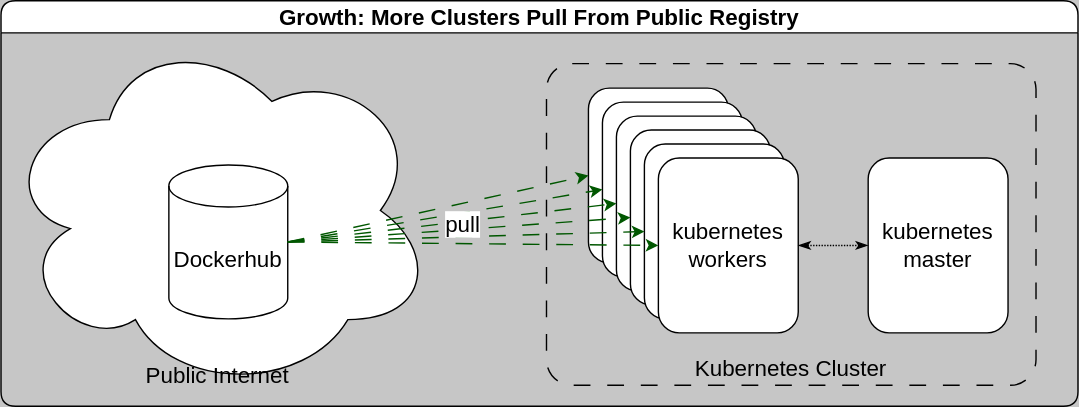
Earlier version of the draw.io export content/explainer/container-oci-registry/pull-a-public-container-image/2-more-clusters-pull-from-public.drawio.svg (doughgle/doughgle.github.io). Source tidied: cells renumbered, new cells last; positions are measured from the earlier drawing's top-left corner, leaving out a move shared by most shapes.
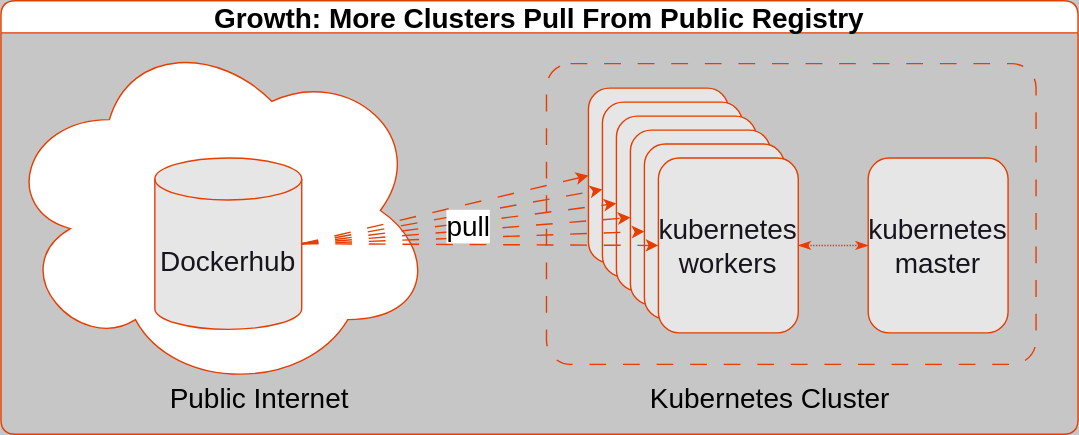
Above is the later version.

The edit, as a diff of the source:
```diff
@@ -2,62 +2,68 @@
   <root>
     <mxCell id="0" />
     <mxCell id="1" parent="0" />
-    <mxCell id="2" value="Growth: More Clusters Pull From Public Registry" style="swimlane;whiteSpace=wrap;html=1;hachureGap=4;fontFamily=Helvetica;fontSize=16;rounded=1;" parent="1" vertex="1">
-      <mxGeometry width="770" height="290" as="geometry" />
+    <mxCell id="2" value="Growth: More Clusters Pull From Public Registry" style="swimlane;whiteSpace=wrap;html=1;hachureGap=4;fontFamily=Helvetica;fontSize=20;rounded=1;strokeColor=#E83D00;" parent="1" vertex="1">
+      <mxGeometry width="770" height="310" as="geometry" />
     </mxCell>
-    <mxCell id="3" value="Kubernetes Cluster" style="rounded=1;whiteSpace=wrap;html=1;fontSize=16;dashed=1;dashPattern=12 12;fillColor=none;arcSize=8;verticalAlign=bottom;" parent="2" vertex="1">
-      <mxGeometry x="390" y="45" width="350" height="230" as="geometry" />
+    <mxCell id="3" style="rounded=1;whiteSpace=wrap;html=1;fontSize=20;dashed=1;dashPattern=12 12;fillColor=none;arcSize=8;verticalAlign=bottom;strokeColor=#E83D00;" parent="2" vertex="1">
+      <mxGeometry x="390" y="45" width="350" height="215" as="geometry" />
     </mxCell>
-    <mxCell id="4" value="Public Internet" style="ellipse;shape=cloud;whiteSpace=wrap;html=1;fontSize=16;verticalAlign=bottom;" parent="2" vertex="1">
+    <mxCell id="4" style="ellipse;shape=cloud;whiteSpace=wrap;html=1;fontSize=20;verticalAlign=bottom;strokeColor=#E83D00;" parent="2" vertex="1">
       <mxGeometry y="20" width="310" height="260" as="geometry" />
     </mxCell>
-    <mxCell id="5" value="Dockerhub" style="shape=cylinder3;whiteSpace=wrap;html=1;boundedLbl=1;backgroundOutline=1;size=15;fontSize=16;" parent="2" vertex="1">
-      <mxGeometry x="120" y="117.5" width="85" height="110" as="geometry" />
+    <mxCell id="5" value="Dockerhub" style="shape=cylinder3;whiteSpace=wrap;html=1;boundedLbl=1;backgroundOutline=1;size=15;fontSize=20;fillColor=#E6E6E6;fontColor=#18141D;strokeColor=#E83D00;" parent="2" vertex="1">
+      <mxGeometry x="110" y="112.5" width="105" height="122.5" as="geometry" />
     </mxCell>
-    <mxCell id="6" style="group;" parent="2" vertex="1">
+    <mxCell id="6" style="group;fontSize=20;fillColor=none;fontColor=#18141D;strokeColor=none;" parent="2" vertex="1">
       <mxGeometry x="420" y="62.5" width="150" height="175" as="geometry" />
     </mxCell>
-    <mxCell id="7" value="kubernetes&lt;br style=&quot;font-size: 16px;&quot;&gt;worker&lt;br style=&quot;font-size: 16px;&quot;&gt;" style="rounded=1;whiteSpace=wrap;html=1;fontSize=16;" parent="6" vertex="1">
+    <mxCell id="7" style="rounded=1;whiteSpace=wrap;html=1;fontSize=20;fillColor=#E6E6E6;strokeColor=#E83D00;" parent="6" vertex="1">
       <mxGeometry width="100" height="125" as="geometry" />
     </mxCell>
-    <mxCell id="8" value="kubernetes&lt;br style=&quot;font-size: 16px;&quot;&gt;worker&lt;br style=&quot;font-size: 16px;&quot;&gt;" style="rounded=1;whiteSpace=wrap;html=1;fontSize=16;" parent="6" vertex="1">
+    <mxCell id="8" style="rounded=1;whiteSpace=wrap;html=1;fontSize=20;fillColor=#E6E6E6;strokeColor=#E83D00;" parent="6" vertex="1">
       <mxGeometry x="10" y="10" width="100" height="125" as="geometry" />
     </mxCell>
-    <mxCell id="9" value="kubernetes&lt;br style=&quot;font-size: 16px;&quot;&gt;workers" style="rounded=1;whiteSpace=wrap;html=1;fontSize=16;" parent="6" vertex="1">
+    <mxCell id="9" style="rounded=1;whiteSpace=wrap;html=1;fontSize=20;fillColor=#E6E6E6;strokeColor=#E83D00;" parent="6" vertex="1">
       <mxGeometry x="20" y="20" width="100" height="125" as="geometry" />
     </mxCell>
-    <mxCell id="10" value="kubernetes&lt;br style=&quot;font-size: 16px;&quot;&gt;workers" style="rounded=1;whiteSpace=wrap;html=1;fontSize=16;" parent="6" vertex="1">
+    <mxCell id="10" style="rounded=1;whiteSpace=wrap;html=1;fontSize=20;fillColor=#E6E6E6;strokeColor=#E83D00;" parent="6" vertex="1">
       <mxGeometry x="30" y="30" width="100" height="125" as="geometry" />
     </mxCell>
-    <mxCell id="11" value="kubernetes&lt;br style=&quot;font-size: 16px;&quot;&gt;workers" style="rounded=1;whiteSpace=wrap;html=1;fontSize=16;" parent="6" vertex="1">
+    <mxCell id="11" style="rounded=1;whiteSpace=wrap;html=1;fontSize=20;fillColor=#E6E6E6;strokeColor=#E83D00;" parent="6" vertex="1">
       <mxGeometry x="40" y="40" width="100" height="125" as="geometry" />
     </mxCell>
-    <mxCell id="12" value="kubernetes&lt;br style=&quot;font-size: 16px;&quot;&gt;workers" style="rounded=1;whiteSpace=wrap;html=1;fontSize=16;" parent="6" vertex="1">
+    <mxCell id="12" value="kubernetes&lt;br style=&quot;font-size: 20px;&quot;&gt;workers" style="rounded=1;whiteSpace=wrap;html=1;fontSize=20;fillColor=#E6E6E6;fontColor=#18141D;strokeColor=#E83D00;" parent="6" vertex="1">
       <mxGeometry x="50" y="50" width="100" height="125" as="geometry" />
     </mxCell>
-    <mxCell id="13" value="kubernetes&lt;br style=&quot;font-size: 16px;&quot;&gt;master" style="rounded=1;whiteSpace=wrap;html=1;fontSize=16;" parent="2" vertex="1">
+    <mxCell id="13" value="kubernetes&lt;br style=&quot;font-size: 20px;&quot;&gt;master" style="rounded=1;whiteSpace=wrap;html=1;fontSize=20;fillColor=#E6E6E6;fontColor=#18141D;strokeColor=#E83D00;" parent="2" vertex="1">
       <mxGeometry x="620" y="112.5" width="100" height="125" as="geometry" />
     </mxCell>
-    <mxCell id="14" style="edgeStyle=none;html=1;startArrow=classicThin;startFill=1;endArrow=classicThin;endFill=1;dashed=1;dashPattern=1 1;entryX=1;entryY=0.5;entryDx=0;entryDy=0;" parent="2" edge="1" source="13" target="12">
+    <mxCell id="14" style="edgeStyle=none;html=1;startArrow=classicThin;startFill=1;endArrow=classicThin;endFill=1;dashed=1;dashPattern=1 1;entryX=1;entryY=0.5;entryDx=0;entryDy=0;fontSize=20;strokeColor=#E83D00;" parent="2" edge="1" source="13" target="12">
       <mxGeometry relative="1" as="geometry" />
     </mxCell>
-    <mxCell id="15" style="edgeStyle=none;html=1;entryX=0;entryY=0.5;entryDx=0;entryDy=0;exitX=1;exitY=0.5;exitDx=0;exitDy=0;exitPerimeter=0;fontSize=16;dashed=1;dashPattern=12 12;fillColor=#008a00;strokeColor=#005700;" parent="2" edge="1" source="5" target="12">
+    <mxCell id="15" style="edgeStyle=none;html=1;entryX=0;entryY=0.5;entryDx=0;entryDy=0;exitX=1;exitY=0.5;exitDx=0;exitDy=0;exitPerimeter=0;fontSize=20;dashed=1;dashPattern=12 12;fillColor=#008a00;strokeColor=#E83D00;" parent="2" edge="1" source="5" target="12">
       <mxGeometry relative="1" as="geometry" />
     </mxCell>
-    <mxCell id="16" style="edgeStyle=none;html=1;entryX=0;entryY=0.5;entryDx=0;entryDy=0;exitX=1;exitY=0.5;exitDx=0;exitDy=0;exitPerimeter=0;fontSize=16;dashed=1;dashPattern=12 12;fillColor=#008a00;strokeColor=#005700;" parent="2" edge="1" source="5" target="11">
+    <mxCell id="16" style="edgeStyle=none;html=1;entryX=0;entryY=0.5;entryDx=0;entryDy=0;exitX=1;exitY=0.5;exitDx=0;exitDy=0;exitPerimeter=0;fontSize=20;dashed=1;dashPattern=12 12;fillColor=#008a00;strokeColor=#E83D00;" parent="2" edge="1" source="5" target="11">
       <mxGeometry relative="1" as="geometry" />
     </mxCell>
-    <mxCell id="17" style="edgeStyle=none;html=1;entryX=0;entryY=0.5;entryDx=0;entryDy=0;fontSize=16;dashed=1;dashPattern=12 12;exitX=1;exitY=0.5;exitDx=0;exitDy=0;exitPerimeter=0;fillColor=#008a00;strokeColor=#005700;" parent="2" edge="1" source="5" target="10">
+    <mxCell id="17" style="edgeStyle=none;html=1;entryX=0;entryY=0.5;entryDx=0;entryDy=0;fontSize=20;dashed=1;dashPattern=12 12;exitX=1;exitY=0.5;exitDx=0;exitDy=0;exitPerimeter=0;fillColor=#008a00;strokeColor=#E83D00;" parent="2" edge="1" source="5" target="10">
       <mxGeometry relative="1" as="geometry" />
     </mxCell>
-    <mxCell id="18" style="edgeStyle=none;html=1;entryX=0;entryY=0.5;entryDx=0;entryDy=0;fontSize=16;dashed=1;dashPattern=12 12;exitX=1;exitY=0.5;exitDx=0;exitDy=0;exitPerimeter=0;fillColor=#008a00;strokeColor=#005700;" parent="2" edge="1" source="5" target="9">
+    <mxCell id="18" style="edgeStyle=none;html=1;entryX=0;entryY=0.5;entryDx=0;entryDy=0;fontSize=20;dashed=1;dashPattern=12 12;exitX=1;exitY=0.5;exitDx=0;exitDy=0;exitPerimeter=0;fillColor=#008a00;strokeColor=#E83D00;" parent="2" edge="1" source="5" target="9">
       <mxGeometry relative="1" as="geometry" />
     </mxCell>
-    <mxCell id="19" style="edgeStyle=none;html=1;entryX=0;entryY=0.5;entryDx=0;entryDy=0;fontSize=16;dashed=1;dashPattern=12 12;exitX=1;exitY=0.5;exitDx=0;exitDy=0;exitPerimeter=0;fillColor=#008a00;strokeColor=#005700;" parent="2" edge="1" source="5" target="8">
+    <mxCell id="19" style="edgeStyle=none;html=1;entryX=0;entryY=0.5;entryDx=0;entryDy=0;fontSize=20;dashed=1;dashPattern=12 12;exitX=1;exitY=0.5;exitDx=0;exitDy=0;exitPerimeter=0;fillColor=#008a00;strokeColor=#E83D00;" parent="2" edge="1" source="5" target="8">
       <mxGeometry relative="1" as="geometry" />
     </mxCell>
-    <mxCell id="20" value="pull" style="edgeStyle=none;html=1;entryX=0;entryY=0.5;entryDx=0;entryDy=0;fontSize=16;dashed=1;dashPattern=12 12;exitX=1;exitY=0.5;exitDx=0;exitDy=0;exitPerimeter=0;spacing=5;fillColor=#008a00;strokeColor=#005700;" parent="2" edge="1" source="5" target="7">
+    <mxCell id="20" value="pull" style="edgeStyle=none;html=1;entryX=0;entryY=0.5;entryDx=0;entryDy=0;fontSize=20;dashed=1;dashPattern=12 12;exitX=1;exitY=0.5;exitDx=0;exitDy=0;exitPerimeter=0;spacing=5;fillColor=#008a00;strokeColor=#E83D00;" parent="2" edge="1" source="5" target="7">
       <mxGeometry x="0.13" y="-15" relative="1" as="geometry" />
     </mxCell>
+    <mxCell id="21" value="&lt;span style=&quot;font-size: 20px;&quot;&gt;Public Internet&lt;/span&gt;" style="text;strokeColor=none;align=center;fillColor=none;html=1;verticalAlign=middle;whiteSpace=wrap;rounded=0;fontSize=20;" parent="1" vertex="1">
+      <mxGeometry x="105" y="269" width="160" height="30" as="geometry" />
+    </mxCell>
+    <mxCell id="22" value="&lt;span style=&quot;font-size: 20px;&quot;&gt;Kubernetes Cluster&lt;/span&gt;" style="text;strokeColor=none;align=center;fillColor=none;html=1;verticalAlign=middle;whiteSpace=wrap;rounded=0;fontSize=20;" parent="1" vertex="1">
+      <mxGeometry x="460" y="269" width="180" height="30" as="geometry" />
+    </mxCell>
   </root>
 </mxGraphModel>
```
